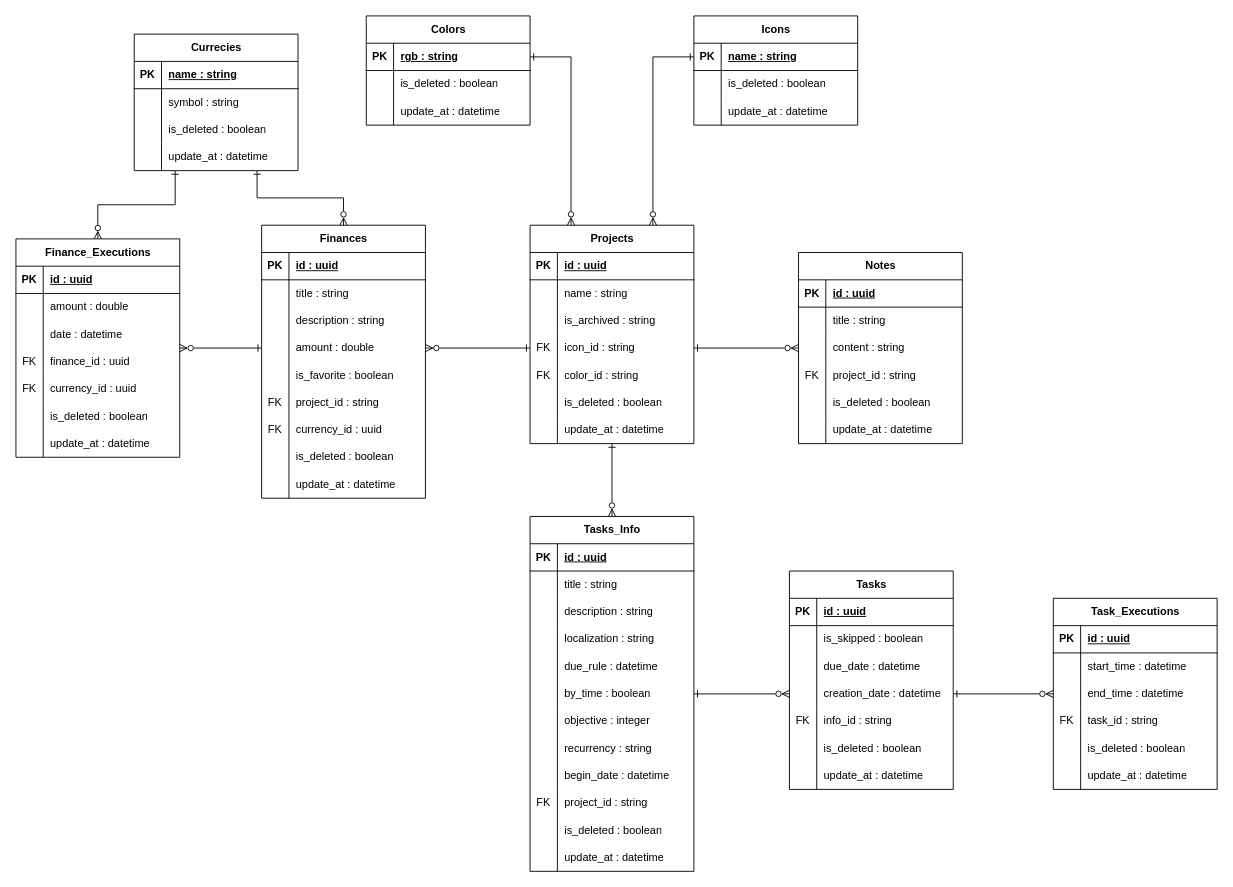
Earlier version of the draw.io diagram documentation/Relational_Model.drawio (PulidoLuciano/personal-space). Source tidied: cells renumbered, new cells numbered last; positions are measured from the earlier drawing's top-left corner, leaving out a move shared by most shapes. Both pictures are drawn from the tidied source at 91%, with x=0, y=0 at pixel (15, 15).
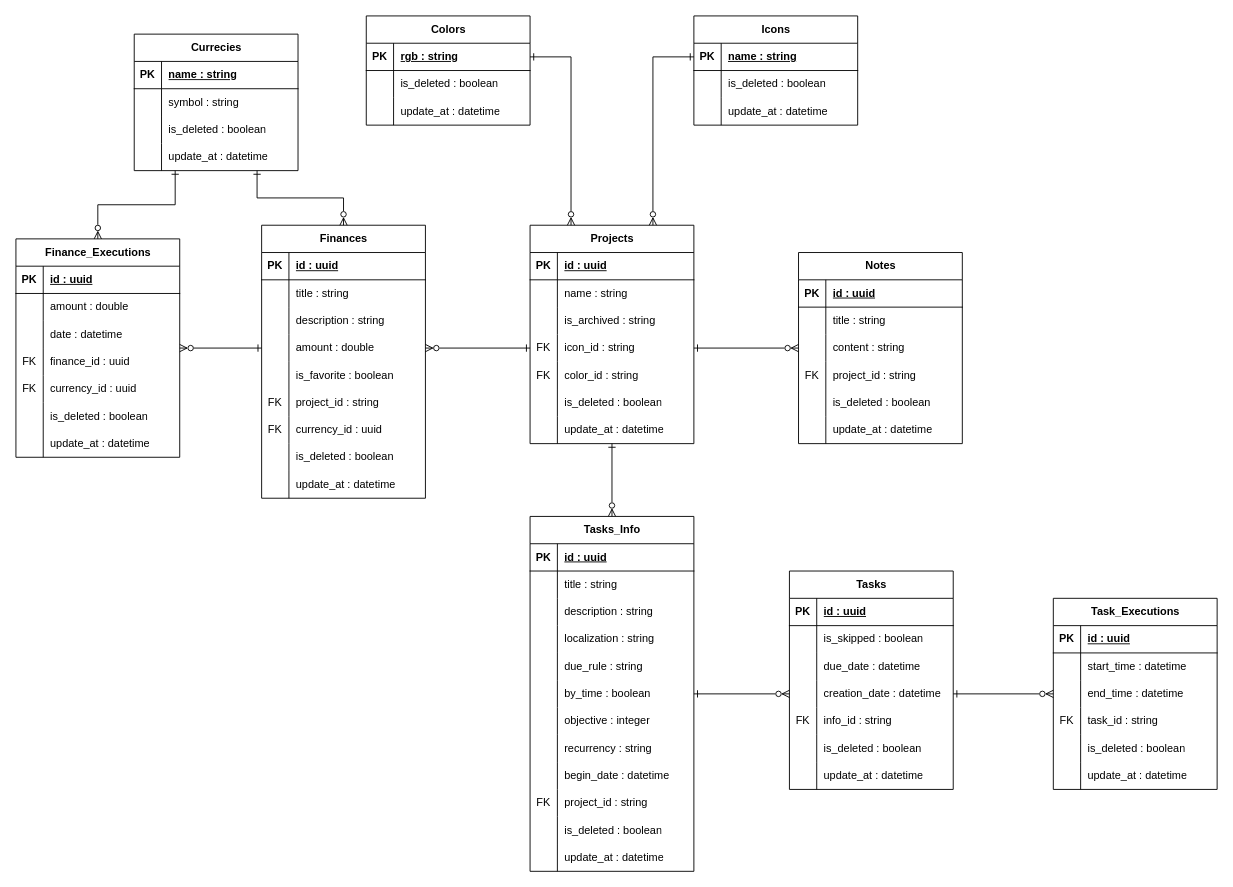
Above is the later version.

Commit message:
Change relational model for tasks

The change refers to these unchanged cells:
```xml
<mxCell id="147" style="shape=tableRow;horizontal=0;startSize=0;swimlaneHead=0;swimlaneBody=0;fillColor=none;top=0;left=0;right=0;bottom=0;" parent="134" vertex="1">
  <mxGeometry y="150" width="180" height="30" as="geometry" />
</mxCell>
```

Change to the diagram source:
```diff
@@
-    <mxCell id="149" value="due_rule : datetime" style="shape=partialRectangle;fillColor=none;top=0;left=0;bottom=0;right=0;align=left;spacingLeft=6;overflow=hidden;whiteSpace=wrap;html=1;" parent="147" vertex="1">
+    <mxCell id="149" value="due_rule : string" style="shape=partialRectangle;fillColor=none;top=0;left=0;bottom=0;right=0;align=left;spacingLeft=6;overflow=hidden;whiteSpace=wrap;html=1;" parent="147" vertex="1">
       <mxGeometry x="30" width="150" height="30" as="geometry" />
     </mxCell>
```
